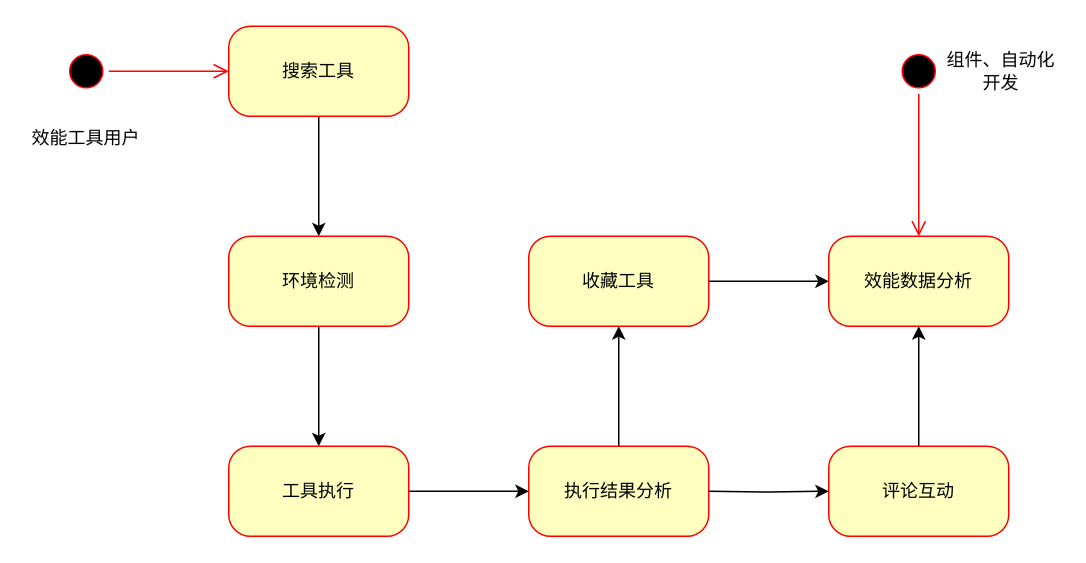
Before: 业务流程用户.drawio in JimmyKsdas/TestPlantForm, a draw.io diagram. Source tidied: cells renumbered, new cells numbered last; positions are measured from the earlier drawing's top-left corner, leaving out a move shared by most shapes. Both pictures are drawn from the tidied source at 150%, with x=0, y=0 at pixel (26, 26).
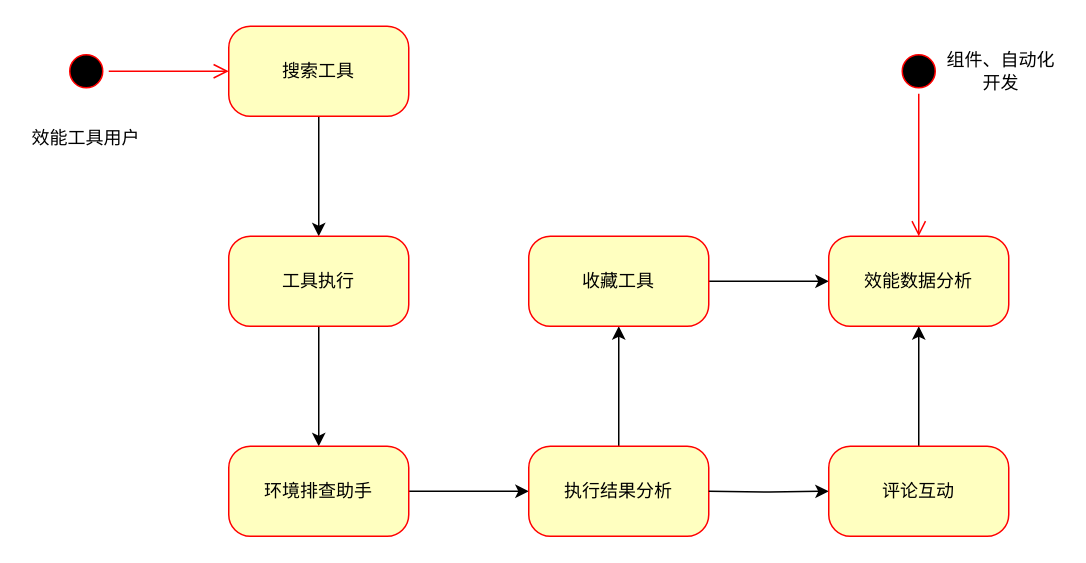
After the change.

Commit message:
Update 业务流程用户.drawio

What changed in the source:
```diff
@@
-    <mxCell id="6" value="环境检测" style="rounded=1;whiteSpace=wrap;html=1;arcSize=24;fillColor=#ffffc0;strokeColor=#ff0000;shadow=0;comic=0;labelBackgroundColor=none;fontFamily=Verdana;fontSize=12;fontColor=#000000;align=center;" parent="1" vertex="1">
+    <mxCell id="6" value="工具执行" style="rounded=1;whiteSpace=wrap;html=1;arcSize=24;fillColor=#ffffc0;strokeColor=#ff0000;shadow=0;comic=0;labelBackgroundColor=none;fontFamily=Verdana;fontSize=12;fontColor=#000000;align=center;" parent="1" vertex="1">
       <mxGeometry x="135" y="140" width="120" height="60" as="geometry" />
     </mxCell>
@@
-    <mxCell id="8" value="工具执行" style="rounded=1;whiteSpace=wrap;html=1;arcSize=24;fillColor=#ffffc0;strokeColor=#ff0000;shadow=0;comic=0;labelBackgroundColor=none;fontFamily=Verdana;fontSize=12;fontColor=#000000;align=center;" parent="1" vertex="1">
+    <mxCell id="8" value="环境排查助手" style="rounded=1;whiteSpace=wrap;html=1;arcSize=24;fillColor=#ffffc0;strokeColor=#ff0000;shadow=0;comic=0;labelBackgroundColor=none;fontFamily=Verdana;fontSize=12;fontColor=#000000;align=center;" parent="1" vertex="1">
       <mxGeometry x="135" y="280" width="120" height="60" as="geometry" />
     </mxCell>
```
